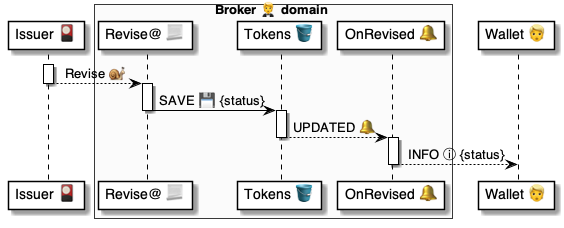
This is 4 ⚙️ Solution/20 🧑‍🦰 UI/Brokers 🤵/🤵🪣 Broker tables/Tokens 🎫 table/🪣🔔 6 Revised/🤵 OnTokenRevised ⚙️ uml.png from pollyweb-org/pollyweb-docs, a PlantUML export, as it was before one commit. Its source is kept beside it as 4 ⚙️ Solution/20 🧑‍🦰 UI/Brokers 🤵/🤵🪣 Broker tables/Tokens 🎫 table/🪣🔔 6 Revised/🤵 OnTokenRevised ⚙️ uml.puml. The source it was exported from:
```plantuml
@startuml OnTokenRevised


participant "Issuer 🎴" as issuer

box Broker 🤵 domain #FFFAFA
    participant "Revise@ 📃" as script
    participant "OnLanguage 🔔" as script
    participant "Tokens 🪣" as tokens
    participant "OnRevised 🔔" as handler
end box

participant "Wallet 👱" as wallet


activate issuer
    issuer --> script: Revise 🐌
deactivate issuer

activate script
    script -> tokens: SAVE 💾 {status}
deactivate script

activate tokens
    tokens --> handler: UPDATED 🔔
deactivate tokens

activate handler
    handler --> wallet: INFO ⓘ {status}
deactivate handler


@enduml
```
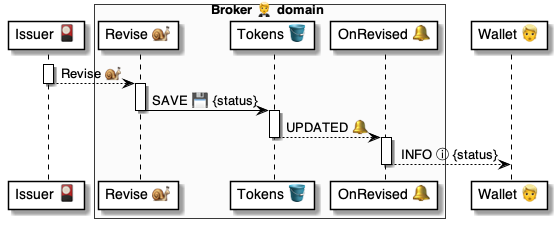
The same file after the commit.

The edit, as a diff of the source:
```diff
@@ -4,7 +4,7 @@
 participant "Issuer 🎴" as issuer
 
 box Broker 🤵 domain #FFFAFA
-    participant "Revise@ 📃" as script
+    participant "Revise 🐌" as script
     participant "OnLanguage 🔔" as script
     participant "Tokens 🪣" as tokens
     participant "OnRevised 🔔" as handler
```
